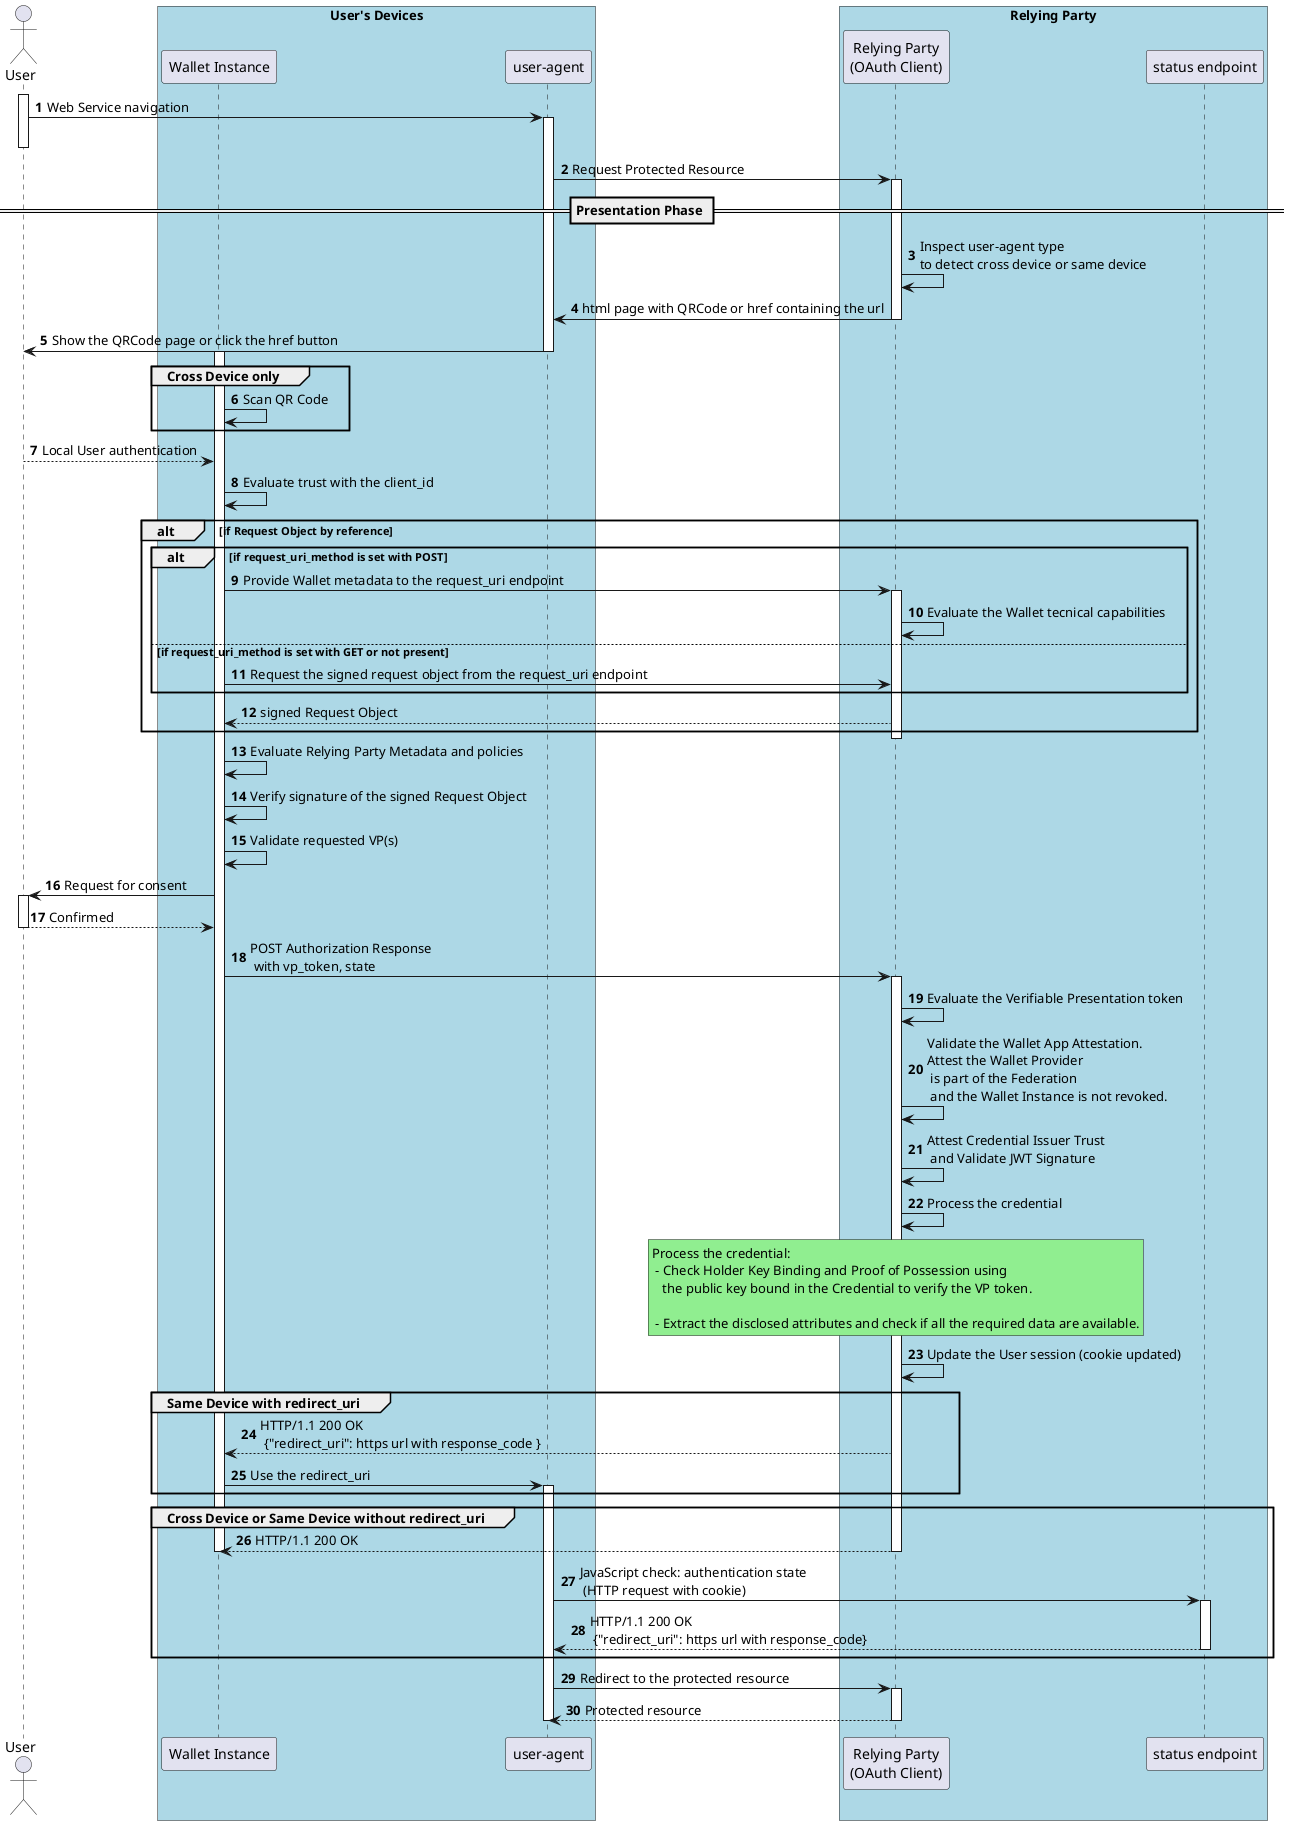
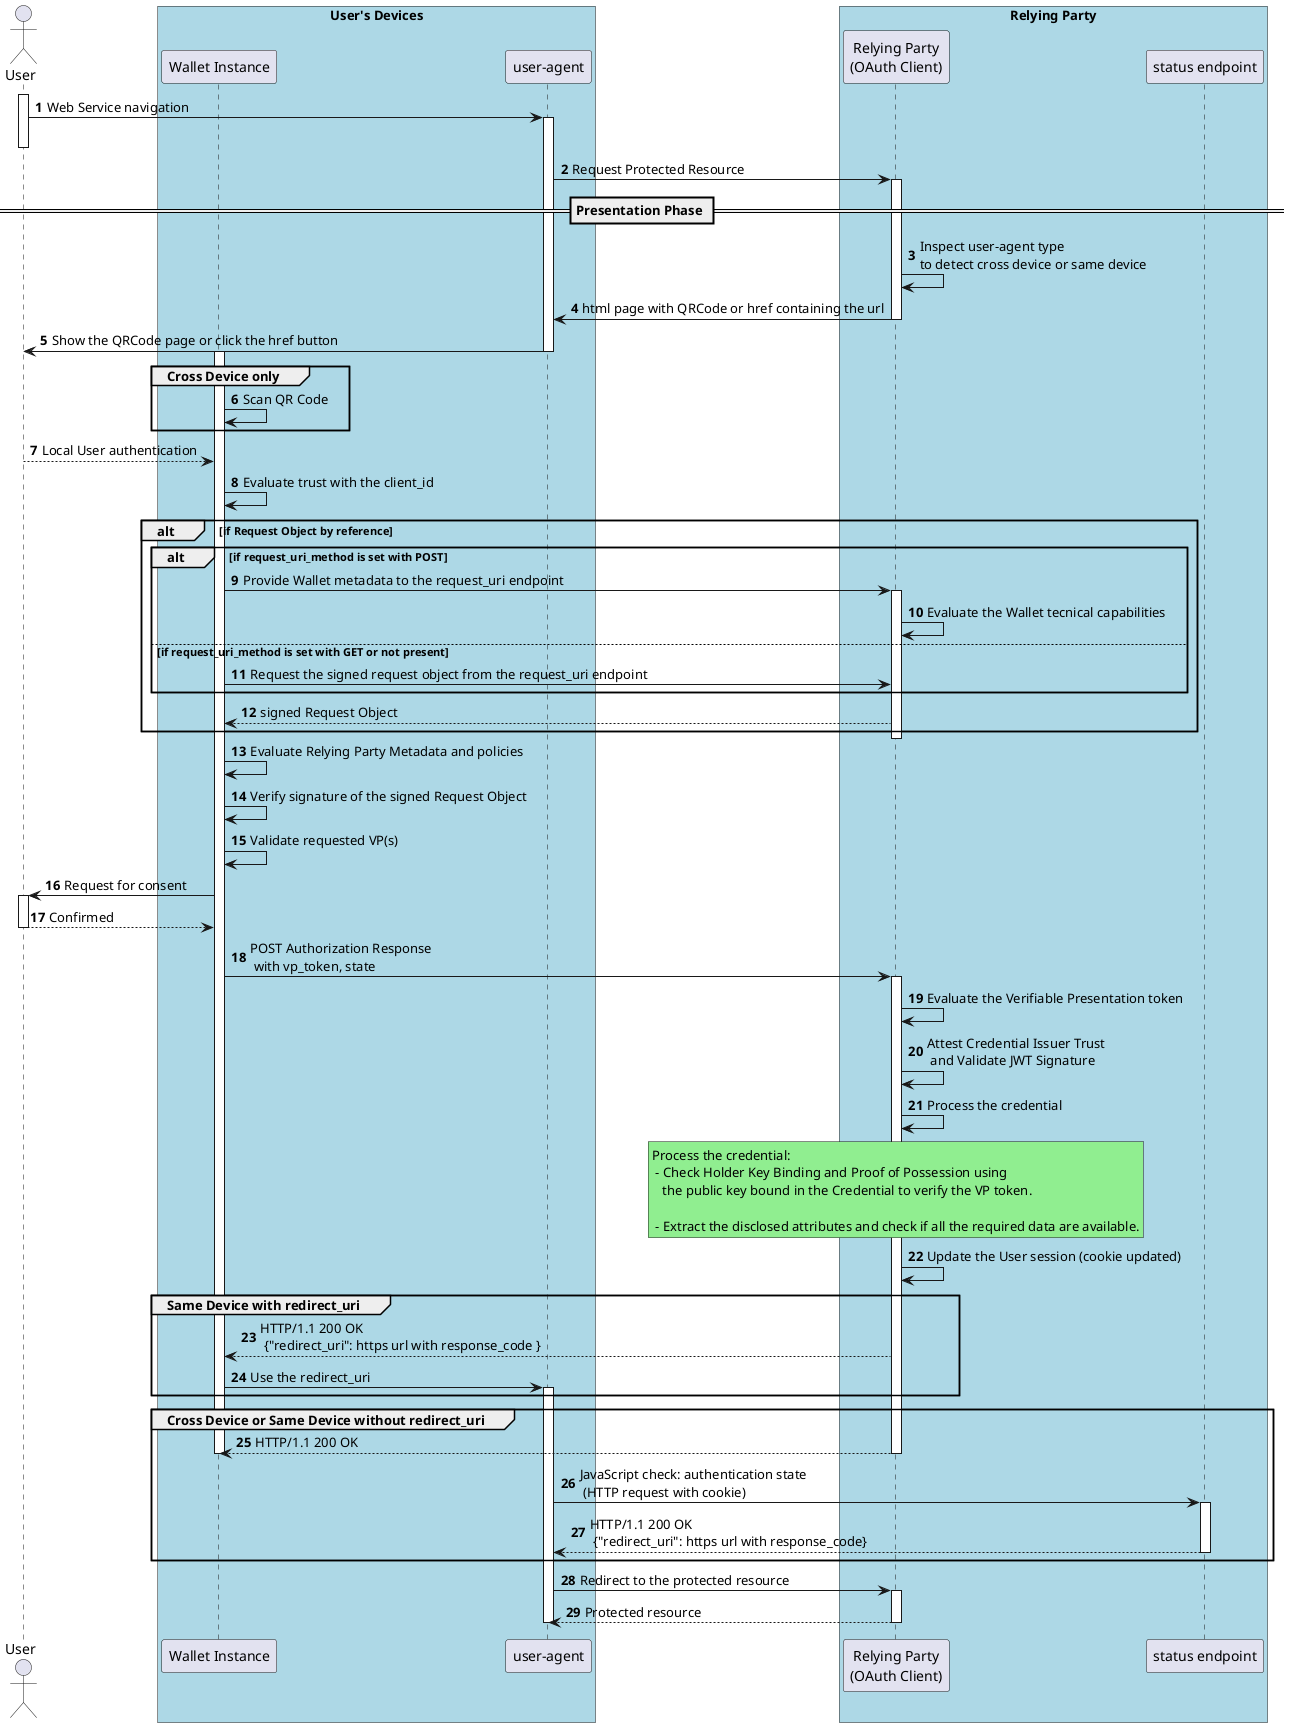
- @startuml Low-Level Remote Protocol Flow
+ @startuml
autonumber


Actor "User" as u

box "User's Devices" #LightBlue
participant "Wallet Instance" as w
participant "user-agent" as ua
end box

box "Relying Party" #LightBlue
participant "Relying Party\n(OAuth Client)" as ve
participant "status endpoint" as se
end box



activate u
u -> ua: Web Service navigation
activate ua
deactivate u
ua -> ve: Request Protected Resource

== Presentation Phase ==
activate ve
ve -> ve: Inspect user-agent type\nto detect cross device or same device
ve -> ua: html page with QRCode or href containing the url
deactivate ve


ua -> u: Show the QRCode page or click the href button
deactivate ua
activate w

group Cross Device only
w -> w: Scan QR Code
end

u --> w: Local User authentication

w -> w: Evaluate trust with the client_id

alt if Request Object by reference
    alt if request_uri_method is set with POST
       w -> ve: Provide Wallet metadata to the request_uri endpoint
       activate ve
       ve -> ve: Evaluate the Wallet tecnical capabilities
   else if request_uri_method is set with GET or not present
       w -> ve: Request the signed request object from the request_uri endpoint
   end

   ve --> w: signed Request Object

end

deactivate ve


w -> w: Evaluate Relying Party Metadata and policies
w -> w: Verify signature of the signed Request Object
w -> w: Validate requested VP(s)
w -> u: Request for consent
activate u
u --> w: Confirmed
deactivate u
w -> ve: POST Authorization Response \n with vp_token, state
activate ve
ve -> ve: Evaluate the Verifiable Presentation token
- ve -> ve: Validate the Wallet App Attestation. \nAttest the Wallet Provider\n is part of the Federation\n and the Wallet Instance is not revoked.
ve -> ve: Attest Credential Issuer Trust\n and Validate JWT Signature
ve -> ve: Process the credential

rnote over ve #LIGHTGREEN
Process the credential:
 - Check Holder Key Binding and Proof of Possession using
   the public key bound in the Credential to verify the VP token.

 - Extract the disclosed attributes and check if all the required data are available.
endrnote

ve -> ve: Update the User session (cookie updated)


group Same Device with redirect_uri
ve --> w: HTTP/1.1 200 OK\n {"redirect_uri": https url with response_code }
w -> ua: Use the redirect_uri
activate ua
end

group Cross Device or Same Device without redirect_uri
ve --> w: HTTP/1.1 200 OK
deactivate w
deactivate ve
ua -> se:  JavaScript check: authentication state \n (HTTP request with cookie)
activate se
se --> ua: HTTP/1.1 200 OK\n {"redirect_uri": https url with response_code}

deactivate se

end


ua -> ve: Redirect to the protected resource
activate ve
ve --> ua: Protected resource

deactivate ua
deactivate ve
- @enduml
+ @enduml